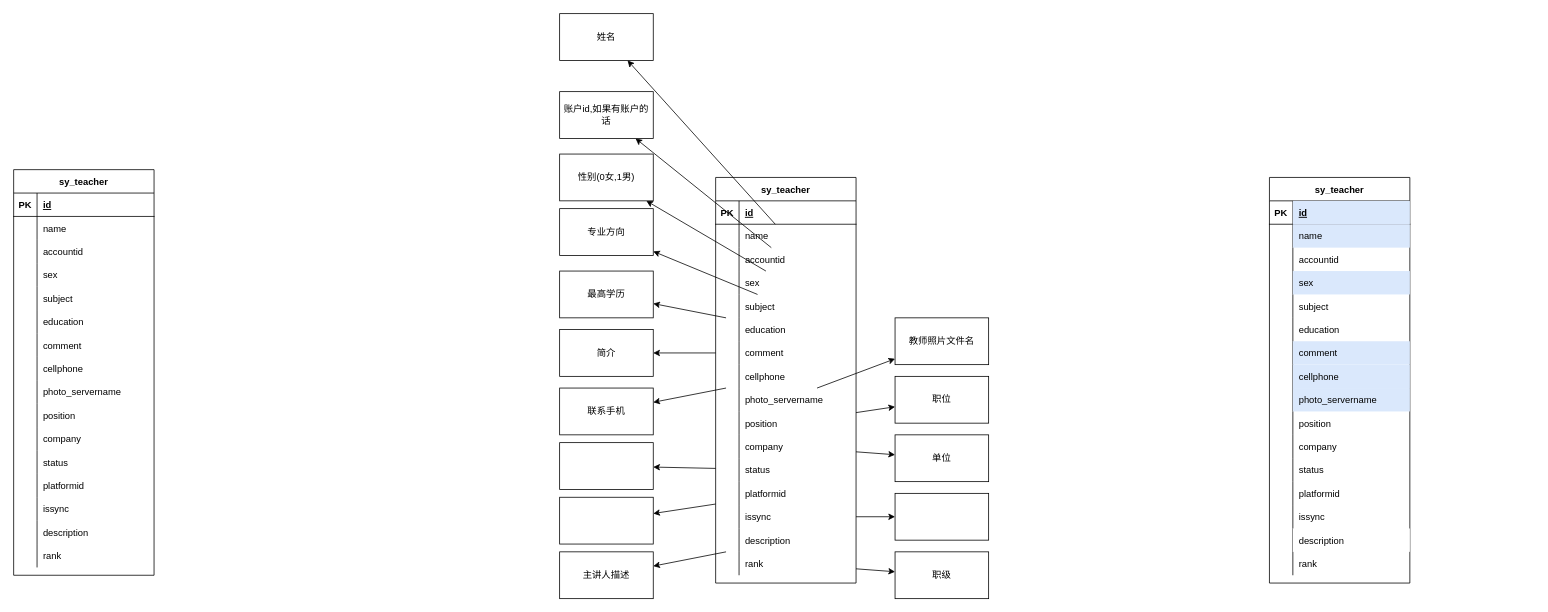
beGrit/PdFiles keeps this draw.io diagram as 数据迁移/source/sy_teacher.drawio. Above is the earlier version. Source tidied: cells renumbered, new cells numbered last; positions are measured from the earlier drawing's top-left corner, leaving out a move shared by most shapes. Both pictures are drawn from the tidied source at 78%, with x=0, y=0 at pixel (13, 13).
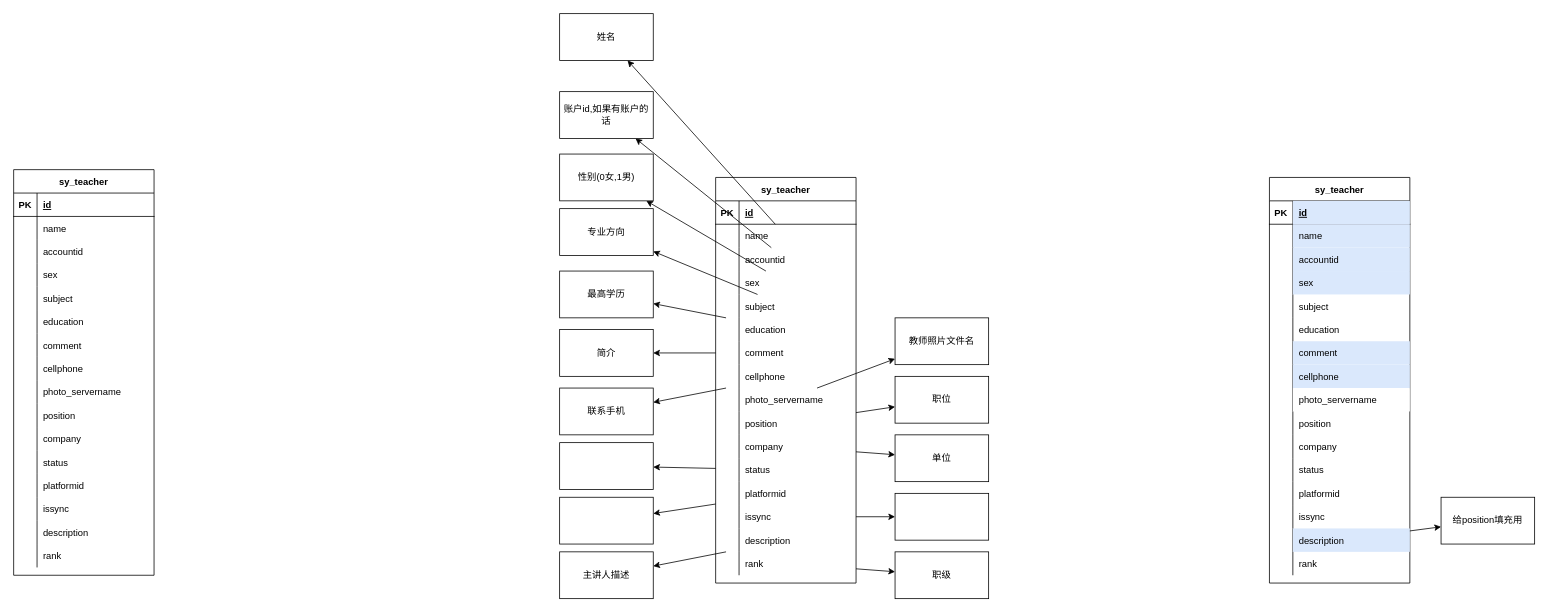
The same diagram, later.

Unchanged cells that the change refers to:
```xml
<mxCell id="137" style="shape=partialRectangle;fillColor=none;top=0;left=0;bottom=0;right=0;" parent="130" vertex="1">
  <mxGeometry y="90" width="180" height="30" as="geometry" />
</mxCell>
<mxCell id="155" style="shape=partialRectangle;fillColor=none;top=0;left=0;bottom=0;right=0;" parent="130" vertex="1">
  <mxGeometry y="270" width="180" height="30" as="geometry" />
</mxCell>
<mxCell id="173" style="shape=partialRectangle;fillColor=none;top=0;left=0;bottom=0;right=0;points=[[0,0.5],[1,0.5]];portConstraint=eastwest;" parent="130" vertex="1">
  <mxGeometry y="450" width="180" height="30" as="geometry" />
</mxCell>
```

What changed in the source:
```diff
@@
-    <mxCell id="139" value="accountid" style="shape=partialRectangle;fillColor=none;top=0;left=0;bottom=0;right=0;align=left;spacingLeft=6;overflow=hidden;" parent="137" vertex="1">
+    <mxCell id="139" value="accountid" style="shape=partialRectangle;fillColor=#dae8fc;top=0;left=0;bottom=0;right=0;align=left;spacingLeft=6;overflow=hidden;strokeColor=#6c8ebf;" parent="137" vertex="1">
       <mxGeometry x="30" width="150" height="30" as="geometry" />
     </mxCell>
@@
-    <mxCell id="157" value="photo_servername" style="shape=partialRectangle;fillColor=#dae8fc;top=0;left=0;bottom=0;right=0;align=left;spacingLeft=6;overflow=hidden;strokeColor=#6c8ebf;" parent="155" vertex="1">
+    <mxCell id="157" value="photo_servername" style="shape=partialRectangle;top=0;left=0;bottom=0;right=0;align=left;spacingLeft=6;overflow=hidden;" parent="155" vertex="1">
       <mxGeometry x="30" width="150" height="30" as="geometry" />
     </mxCell>
@@
-    <mxCell id="175" value="description" style="shape=partialRectangle;top=0;left=0;bottom=0;right=0;align=left;spacingLeft=6;overflow=hidden;" parent="173" vertex="1">
+    <mxCell id="175" value="description" style="shape=partialRectangle;top=0;left=0;bottom=0;right=0;align=left;spacingLeft=6;overflow=hidden;fillColor=#dae8fc;strokeColor=#6c8ebf;" parent="173" vertex="1">
       <mxGeometry x="30" width="150" height="30" as="geometry" />
     </mxCell>
@@
+    <mxCell id="179" style="rounded=0;jettySize=auto;html=1;" parent="1" edge="1" source="173" target="180">
+      <mxGeometry relative="1" as="geometry" />
+    </mxCell>
+    <mxCell id="180" value="给position填充用" style="rounded=0;whiteSpace=wrap;html=1;" parent="1" vertex="1">
+      <mxGeometry x="1830" y="620" width="120" height="60" as="geometry" />
+    </mxCell>
```
